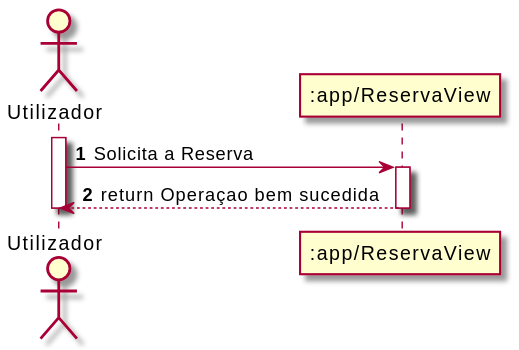
Earlier version of the PlantUML export Documentos/Sprint4/UC2/SSD_UC2.svg (UPskillDOTNET/Jakim-das-Coives-S.A.). Its diagram source:
```plantuml
@startuml
autonumber
actor "Utilizador" as UserNR
participant ":app/ReservaView" as API

activate UserNR
UserNR -> "API" : Solicita a Reserva
activate "API"
"API" --> UserNR : return Operaçao bem sucedida
deactivate "API"

deactivate UserNR
@enduml
```
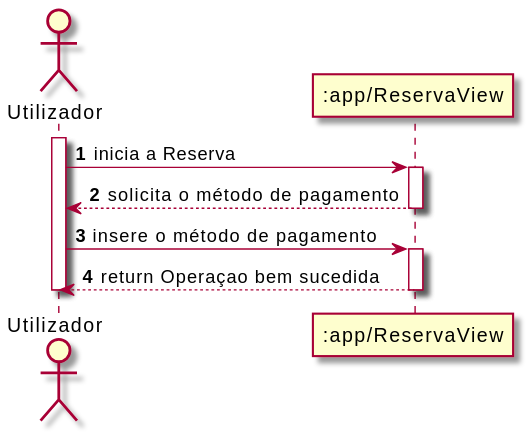
After the commit.

Diff of the diagram source:
```diff
@@ -4,7 +4,11 @@
 participant ":app/ReservaView" as API
 
 activate UserNR
-UserNR -> "API" : Solicita a Reserva
+UserNR -> "API" : inicia a Reserva
+activate "API"
+"API" --> UserNR : solicita o método de pagamento
+deactivate "API"
+UserNR -> "API" : insere o método de pagamento
 activate "API"
 "API" --> UserNR : return Operaçao bem sucedida
 deactivate "API"
```
